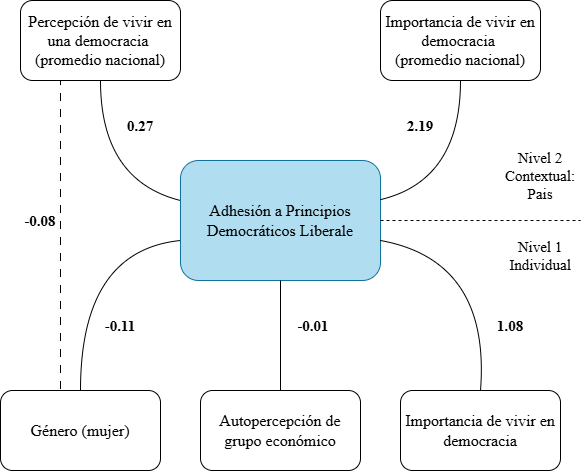
Before: input/img/modelo_teórico_resultados.png, a diagram exported from draw.io (multinivel-facso/trabajo1-grupo-9). Source tidied: cells renumbered, new cells last; positions are measured from the earlier drawing's top-left corner, leaving out a move shared by most shapes.
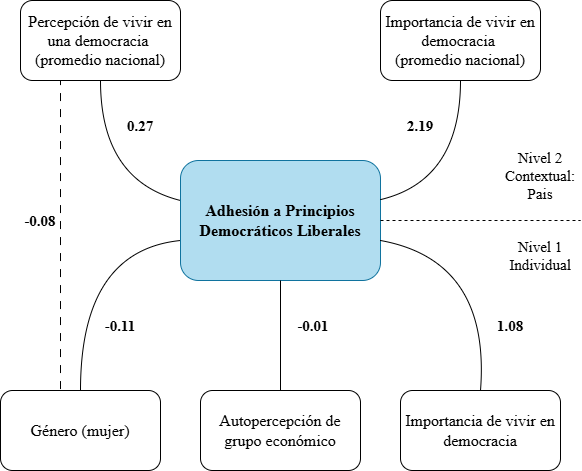
The same diagram one commit later.

Commit message:
gráfico arreglado

Diff of the diagram source:
```diff
@@ -2,7 +2,7 @@
   <root>
     <mxCell id="0" />
     <mxCell id="1" parent="0" />
-    <mxCell id="2" value="&lt;font face=&quot;Times New Roman&quot;&gt;&lt;span style=&quot;font-size: 16px;&quot;&gt;Adhesión a Principios Democráticos Liberale&lt;/span&gt;&lt;/font&gt;" style="rounded=1;whiteSpace=wrap;html=1;fillColor=#b1ddf0;strokeColor=#10739e;" parent="1" vertex="1">
+    <mxCell id="2" value="&lt;font face=&quot;Times New Roman&quot;&gt;&lt;span style=&quot;font-size: 16px;&quot;&gt;&lt;b&gt;Adhesión a Principios Democráticos Liberales&lt;/b&gt;&lt;/span&gt;&lt;/font&gt;" style="rounded=1;whiteSpace=wrap;html=1;fillColor=#b1ddf0;strokeColor=#10739e;" parent="1" vertex="1">
       <mxGeometry x="180" y="160" width="200" height="120" as="geometry" />
     </mxCell>
     <mxCell id="3" value="&lt;font face=&quot;Times New Roman&quot; style=&quot;font-size: 16px;&quot;&gt;Percepción de vivir en una democracia&amp;nbsp;&lt;/font&gt;&lt;div&gt;&lt;font face=&quot;Times New Roman&quot; style=&quot;font-size: 16px;&quot;&gt;(promedio nacional)&lt;/font&gt;&lt;/div&gt;" style="rounded=1;whiteSpace=wrap;html=1;" parent="1" vertex="1">
```
